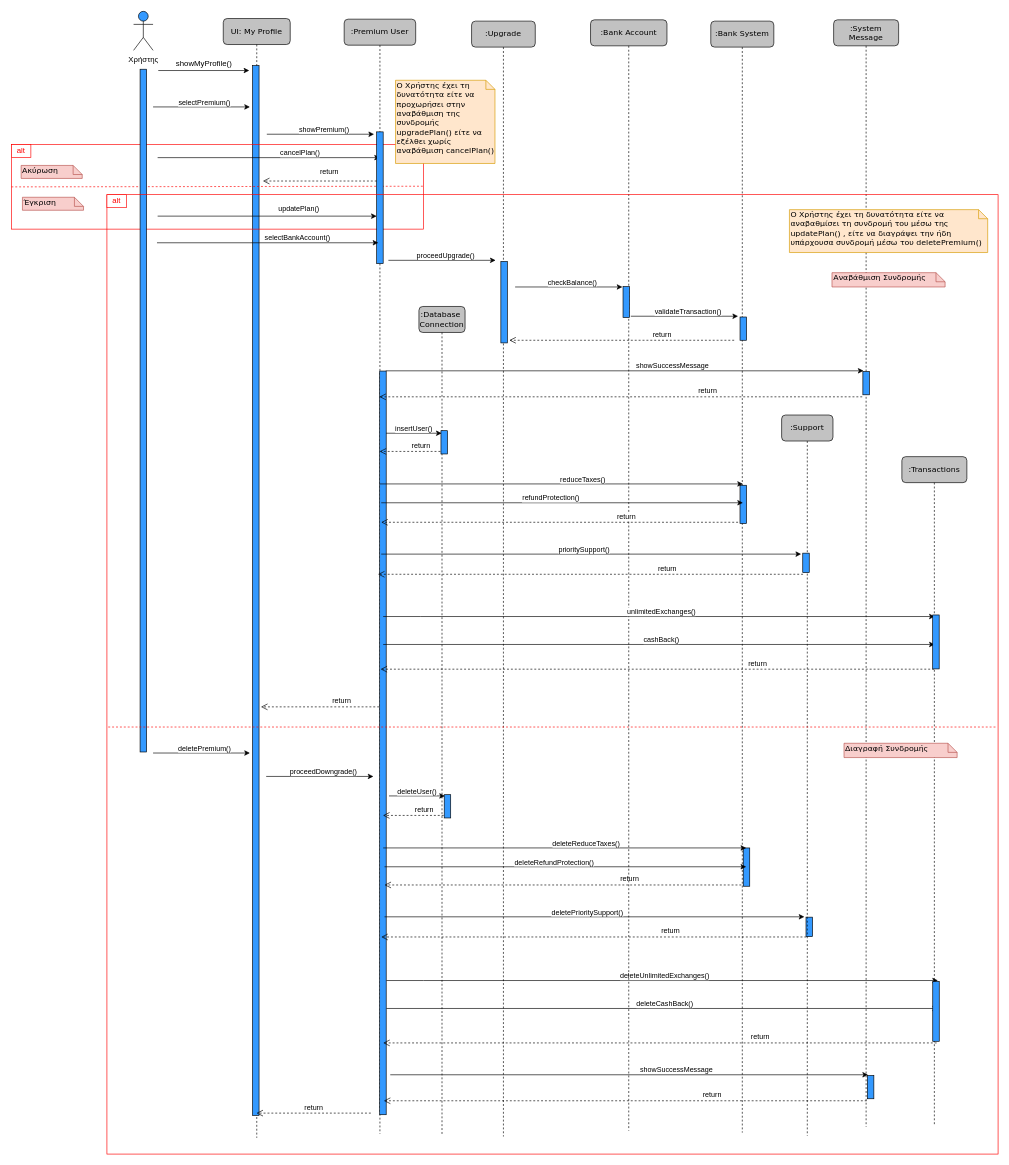
Earlier version of the draw.io diagram 4ο Παραδοτέο/Sequence Diagrams/10. Premium/Premium.drawio (VasilisKyriakos/financial-wallet). Source tidied: cells renumbered, new cells numbered last; positions are measured from the earlier drawing's top-left corner, leaving out a move shared by most shapes. Both pictures are drawn from the tidied source at 65%, with x=0, y=0 at pixel (-270, 11).
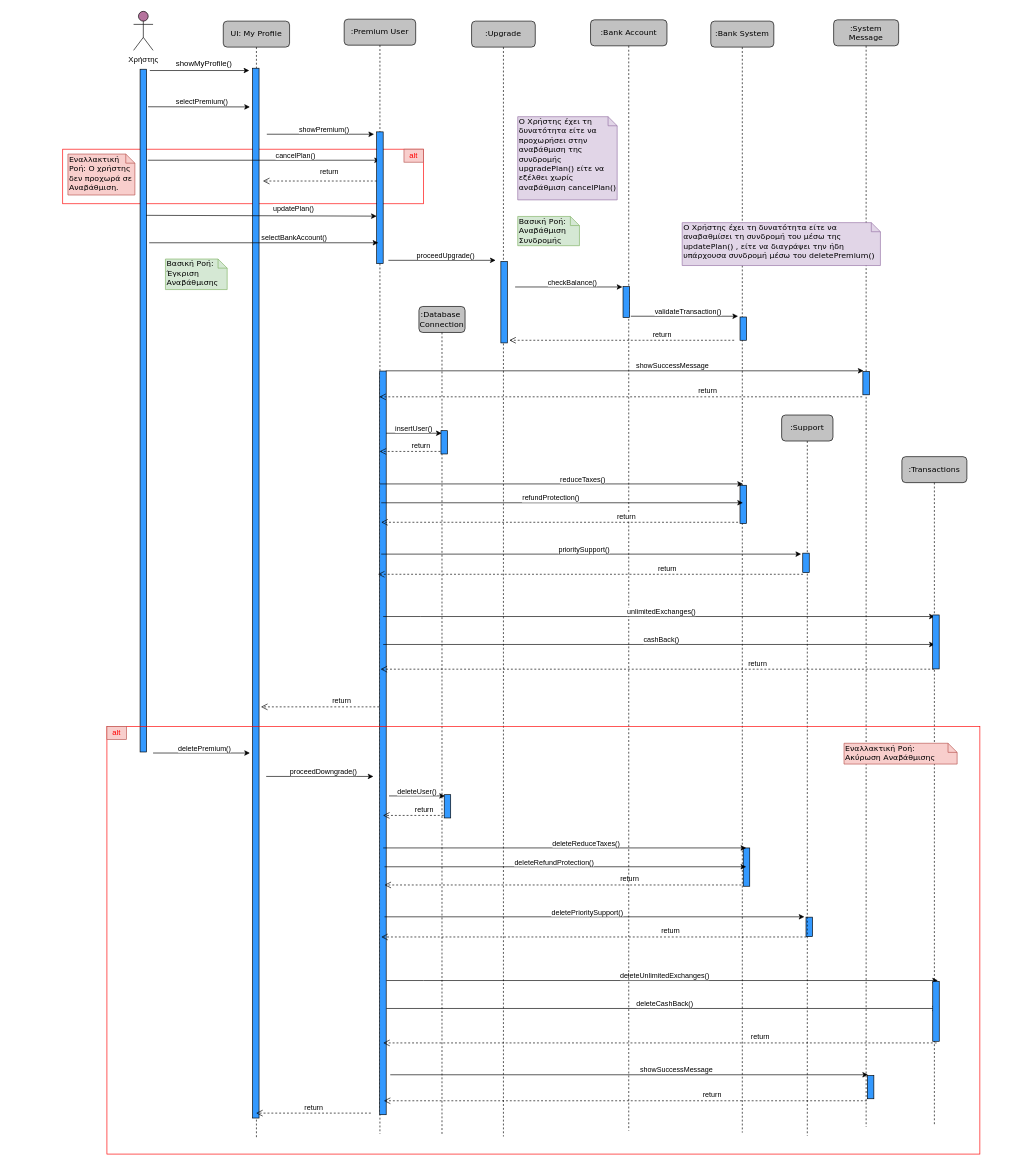
Above is the later version.

Unchanged cells that the change refers to:
```xml
<mxCell id="54" style="rounded=0;whiteSpace=wrap;html=1;rotation=90;fillColor=#3399FF;" parent="1" vertex="1">
  <mxGeometry x="109.8" y="609.2" width="1050.4" height="10" as="geometry" />
</mxCell>
```

Change to the diagram source:
```diff
@@
     <mxCell id="2" value="UI: My Profile" style="shape=umlLifeline;perimeter=lifelinePerimeter;whiteSpace=wrap;html=1;outlineConnect=0;rounded=1;shadow=0;comic=0;labelBackgroundColor=none;strokeWidth=1;fontFamily=Verdana;fontSize=12;align=center;fillColor=#C2C2C2;" parent="1" vertex="1">
-      <mxGeometry x="758" y="11" width="103" height="1722" as="geometry" />
+      <mxGeometry x="758" y="15" width="102" height="1718" as="geometry" />
     </mxCell>
+    <mxCell id="6" style="rounded=0;whiteSpace=wrap;html=1;fillColor=none;shadow=0;strokeColor=#FF0000;" parent="2" vertex="1">
+      <mxGeometry x="-247" y="197" width="555" height="84" as="geometry" />
+    </mxCell>
@@
     <mxCell id="4" style="endArrow=classic;html=1;rounded=0;" parent="2" edge="1">
       <mxGeometry relative="1" as="geometry">
-        <mxPoint x="-101" y="214" as="sourcePoint" />
+        <mxPoint x="-116" y="214" as="sourcePoint" />
         <mxPoint x="241" y="214" as="targetPoint" />
       </mxGeometry>
     </mxCell>
@@
-    <mxCell id="6" style="rounded=0;whiteSpace=wrap;html=1;fillColor=none;shadow=0;strokeColor=#FF0000;" parent="2" vertex="1">
-      <mxGeometry x="-326" y="194" width="634" height="130" as="geometry" />
-    </mxCell>
-    <mxCell id="7" style="endArrow=none;dashed=1;html=1;rounded=0;strokeColor=#FF0000;exitX=0;exitY=0.5;exitDx=0;exitDy=0;" parent="2" edge="1" source="6">
-      <mxGeometry relative="1" as="geometry">
-        <mxPoint x="307" y="258" as="targetPoint" />
-      </mxGeometry>
-    </mxCell>
-    <mxCell id="8" value="Έγκριση" style="shape=note;whiteSpace=wrap;html=1;size=14;verticalAlign=top;align=left;spacingTop=-6;rounded=0;shadow=0;comic=0;labelBackgroundColor=none;strokeWidth=1;fontFamily=Verdana;fontSize=12;fillColor=#f8cecc;strokeColor=#b85450;" parent="2" vertex="1">
-      <mxGeometry x="-309" y="275" width="94" height="20" as="geometry" />
-    </mxCell>
+    <mxCell id="104" value="&lt;font color=&quot;#ff0000&quot;&gt;alt&lt;/font&gt;" style="rounded=0;whiteSpace=wrap;html=1;shadow=0;fillColor=#f8cecc;strokeColor=#b85450;" parent="2" vertex="1">
+      <mxGeometry x="278" y="197" width="30" height="20" as="geometry" />
+    </mxCell>
@@
-    <mxCell id="34" value="Χρήστης" style="shape=umlActor;verticalLabelPosition=bottom;verticalAlign=top;html=1;fillColor=#3399FF;" parent="1" vertex="1">
+    <mxCell id="34" value="Χρήστης" style="shape=umlActor;verticalLabelPosition=bottom;verticalAlign=top;html=1;fillColor=#B5739D;" parent="1" vertex="1">
       <mxGeometry x="620" width="30" height="60" as="geometry" />
     </mxCell>
     <mxCell id="35" style="endArrow=classic;html=1;rounded=0;" parent="1" edge="1">
       <mxGeometry relative="1" as="geometry">
-        <mxPoint x="658" y="91" as="sourcePoint" />
+        <mxPoint x="645" y="91" as="sourcePoint" />
         <mxPoint x="798" y="91" as="targetPoint" />
       </mxGeometry>
     </mxCell>
@@
-    <mxCell id="55" style="endArrow=classic;html=1;rounded=0;" parent="1" edge="1">
+    <mxCell id="55" style="endArrow=classic;html=1;rounded=0;exitX=0.055;exitY=-0.225;exitDx=0;exitDy=0;exitPerimeter=0;" parent="1" edge="1" source="54">
       <mxGeometry relative="1" as="geometry">
-        <mxPoint x="650" y="147" as="sourcePoint" />
         <mxPoint x="799" y="147" as="targetPoint" />
       </mxGeometry>
     </mxCell>
@@
     <mxCell id="61" style="endArrow=classic;html=1;rounded=0;" parent="1" edge="1">
       <mxGeometry relative="1" as="geometry">
-        <mxPoint x="656" y="356" as="sourcePoint" />
+        <mxPoint x="644" y="356" as="sourcePoint" />
         <mxPoint x="996.5" y="356" as="targetPoint" />
       </mxGeometry>
     </mxCell>
@@
-    <mxCell id="87" style="endArrow=classic;html=1;rounded=0;" parent="1" edge="1">
+    <mxCell id="87" style="endArrow=classic;html=1;rounded=0;exitX=0.214;exitY=0.061;exitDx=0;exitDy=0;exitPerimeter=0;" parent="1" edge="1" source="54">
       <mxGeometry relative="1" as="geometry">
-        <mxPoint x="657" y="315" as="sourcePoint" />
         <mxPoint x="994" y="315" as="targetPoint" />
       </mxGeometry>
     </mxCell>
@@
     <mxCell id="97" style="rounded=0;whiteSpace=wrap;html=1;fillColor=none;shadow=0;strokeColor=#FF0000;" parent="1" vertex="1">
-      <mxGeometry x="579" y="282" width="1371" height="1476" as="geometry" />
+      <mxGeometry x="579" y="1100" width="1343" height="658" as="geometry" />
     </mxCell>
-    <mxCell id="98" value="&lt;font color=&quot;#ff0000&quot;&gt;alt&lt;/font&gt;" style="rounded=0;whiteSpace=wrap;html=1;shadow=0;fillColor=default;strokeColor=#FF0000;" parent="1" vertex="1">
-      <mxGeometry x="579" y="282" width="30" height="20" as="geometry" />
-    </mxCell>
-    <mxCell id="99" style="endArrow=none;dashed=1;html=1;rounded=0;strokeColor=#FF0000;" parent="1" edge="1">
-      <mxGeometry relative="1" as="geometry">
-        <mxPoint x="581" y="1101" as="sourcePoint" />
-        <mxPoint x="1947" y="1101" as="targetPoint" />
-      </mxGeometry>
-    </mxCell>
-    <mxCell id="100" value="Ο Χρήστης έχει τη δυνατότητα είτε να αναβαθμίσει τη συνδρομή του μέσω της updatePlan() , είτε να διαγράψει την ήδη υπάρχουσα συνδρομή μέσω του deletePremium()" style="shape=note;whiteSpace=wrap;html=1;size=14;verticalAlign=top;align=left;spacingTop=-6;rounded=0;shadow=0;comic=0;labelBackgroundColor=none;strokeWidth=1;fontFamily=Verdana;fontSize=12;fillColor=#ffe6cc;strokeColor=#d79b00;" parent="1" vertex="1">
-      <mxGeometry x="1629" y="305" width="305" height="66" as="geometry" />
+    <mxCell id="100" value="Ο Χρήστης έχει τη δυνατότητα είτε να αναβαθμίσει τη συνδρομή του μέσω της updatePlan() , είτε να διαγράψει την ήδη υπάρχουσα συνδρομή μέσω του deletePremium()" style="shape=note;whiteSpace=wrap;html=1;size=14;verticalAlign=top;align=left;spacingTop=-6;rounded=0;shadow=0;comic=0;labelBackgroundColor=none;strokeWidth=1;fontFamily=Verdana;fontSize=12;fillColor=#e1d5e7;strokeColor=#9673a6;" parent="1" vertex="1">
+      <mxGeometry x="1464" y="325" width="305" height="66" as="geometry" />
     </mxCell>
-    <mxCell id="101" value="Αναβάθμιση Συνδρομής" style="shape=note;whiteSpace=wrap;html=1;size=14;verticalAlign=top;align=left;spacingTop=-6;rounded=0;shadow=0;comic=0;labelBackgroundColor=none;strokeWidth=1;fontFamily=Verdana;fontSize=12;fillColor=#f8cecc;strokeColor=#b85450;" parent="1" vertex="1">
-      <mxGeometry x="1694.5" y="402" width="174" height="22" as="geometry" />
+    <mxCell id="101" value="Βασική Ροή: &lt;br&gt;Αναβάθμιση &lt;br&gt;Συνδρομής" style="shape=note;whiteSpace=wrap;html=1;size=14;verticalAlign=top;align=left;spacingTop=-6;rounded=0;shadow=0;comic=0;labelBackgroundColor=none;strokeWidth=1;fontFamily=Verdana;fontSize=12;fillColor=#d5e8d4;strokeColor=#82b366;" parent="1" vertex="1">
+      <mxGeometry x="1211" y="315.5" width="95" height="45" as="geometry" />
     </mxCell>
-    <mxCell id="102" value="Διαγραφή Συνδρομής" style="shape=note;whiteSpace=wrap;html=1;size=14;verticalAlign=top;align=left;spacingTop=-6;rounded=0;shadow=0;comic=0;labelBackgroundColor=none;strokeWidth=1;fontFamily=Verdana;fontSize=12;fillColor=#f8cecc;strokeColor=#b85450;" parent="1" vertex="1">
-      <mxGeometry x="1713" y="1126" width="174" height="22" as="geometry" />
+    <mxCell id="102" value="Εναλλακτική Ροή: &lt;br&gt;Ακύρωση Αναβάθμισης" style="shape=note;whiteSpace=wrap;html=1;size=14;verticalAlign=top;align=left;spacingTop=-6;rounded=0;shadow=0;comic=0;labelBackgroundColor=none;strokeWidth=1;fontFamily=Verdana;fontSize=12;fillColor=#f8cecc;strokeColor=#b85450;" parent="1" vertex="1">
+      <mxGeometry x="1713" y="1126" width="174" height="32" as="geometry" />
     </mxCell>
-    <mxCell id="103" value="Ο Χρήστης έχει τη δυνατότητα είτε να προχωρήσει στην αναβάθμιση της συνδρομής upgradePlan() είτε να εξέλθει χωρίς αναβάθμιση cancelPlan()" style="shape=note;whiteSpace=wrap;html=1;size=14;verticalAlign=top;align=left;spacingTop=-6;rounded=0;shadow=0;comic=0;labelBackgroundColor=none;strokeWidth=1;fontFamily=Verdana;fontSize=12;fillColor=#ffe6cc;strokeColor=#d79b00;" parent="1" vertex="1">
-      <mxGeometry x="1023" y="106" width="153" height="128" as="geometry" />
+    <mxCell id="103" value="Ο Χρήστης έχει τη δυνατότητα είτε να προχωρήσει στην αναβάθμιση της συνδρομής upgradePlan() είτε να εξέλθει χωρίς αναβάθμιση cancelPlan()" style="shape=note;whiteSpace=wrap;html=1;size=14;verticalAlign=top;align=left;spacingTop=-6;rounded=0;shadow=0;comic=0;labelBackgroundColor=none;strokeWidth=1;fontFamily=Verdana;fontSize=12;fillColor=#e1d5e7;strokeColor=#9673a6;" parent="1" vertex="1">
+      <mxGeometry x="1211" y="162" width="153" height="128" as="geometry" />
     </mxCell>
-    <mxCell id="104" value="&lt;font color=&quot;#ff0000&quot;&gt;alt&lt;/font&gt;" style="rounded=0;whiteSpace=wrap;html=1;shadow=0;fillColor=default;strokeColor=#FF0000;" parent="1" vertex="1">
-      <mxGeometry x="432" y="205" width="30" height="20" as="geometry" />
-    </mxCell>
+    <mxCell id="98" value="&lt;font color=&quot;#ff0000&quot;&gt;alt&lt;/font&gt;" style="rounded=0;whiteSpace=wrap;html=1;shadow=0;fillColor=#f8cecc;strokeColor=#b85450;" parent="1" vertex="1">
+      <mxGeometry x="579" y="1100" width="30" height="20" as="geometry" />
+    </mxCell>
+    <mxCell id="8" value="Βασική Ροή: Έγκριση Αναβάθμισης&amp;nbsp;" style="shape=note;whiteSpace=wrap;html=1;size=14;verticalAlign=top;align=left;spacingTop=-6;rounded=0;shadow=0;comic=0;labelBackgroundColor=none;strokeWidth=1;fontFamily=Verdana;fontSize=12;fillColor=#d5e8d4;strokeColor=#82b366;" parent="1" vertex="1">
+      <mxGeometry x="669" y="381" width="95" height="47" as="geometry" />
+    </mxCell>
-    <mxCell id="105" value="Ακύρωση" style="shape=note;whiteSpace=wrap;html=1;size=14;verticalAlign=top;align=left;spacingTop=-6;rounded=0;shadow=0;comic=0;labelBackgroundColor=none;strokeWidth=1;fontFamily=Verdana;fontSize=12;fillColor=#f8cecc;strokeColor=#b85450;" parent="1" vertex="1">
-      <mxGeometry x="447" y="237" width="94" height="20" as="geometry" />
+    <mxCell id="105" value="Εναλλακτική Ροή: Ο χρήστης δεν προχωρά σε Αναβάθμιση." style="shape=note;whiteSpace=wrap;html=1;size=14;verticalAlign=top;align=left;spacingTop=-6;rounded=0;shadow=0;comic=0;labelBackgroundColor=none;strokeWidth=1;fontFamily=Verdana;fontSize=12;fillColor=#f8cecc;strokeColor=#b85450;" parent="1" vertex="1">
+      <mxGeometry x="519" y="219.5" width="103" height="63" as="geometry" />
     </mxCell>
```
